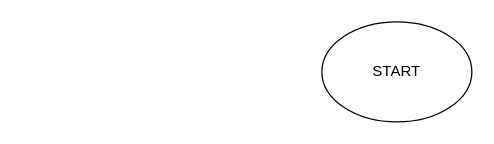
Before: Salespeople.drawio in VictoriaJ4/VictoriaJ4, a draw.io diagram. Source tidied: cells renumbered, new cells numbered last; positions are measured from the earlier drawing's top-left corner, leaving out a move shared by most shapes. Both pictures are drawn from the tidied source at 125%, with x=0, y=0 at pixel (321, 21).
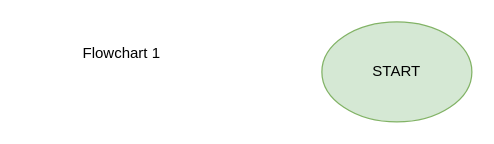
The same page after the edit.

The edit, as a diff of the source:
```diff
@@
 <mxGraphModel>
   <root>
     <mxCell id="0" />
     <mxCell id="1" parent="0" />
-    <mxCell id="2" value="START" style="ellipse;whiteSpace=wrap;html=1;" parent="1" vertex="1">
+    <mxCell id="2" value="START" style="ellipse;whiteSpace=wrap;html=1;fillColor=#d5e8d4;strokeColor=#82b366;" parent="1" vertex="1">
       <mxGeometry width="120" height="80" as="geometry" />
     </mxCell>
+    <mxCell id="3" value="Flowchart 1" style="text;html=1;align=center;verticalAlign=middle;whiteSpace=wrap;rounded=0;" parent="1" vertex="1">
+      <mxGeometry x="-240" y="10" width="160" height="30" as="geometry" />
+    </mxCell>
   </root>
 </mxGraphModel>
```
